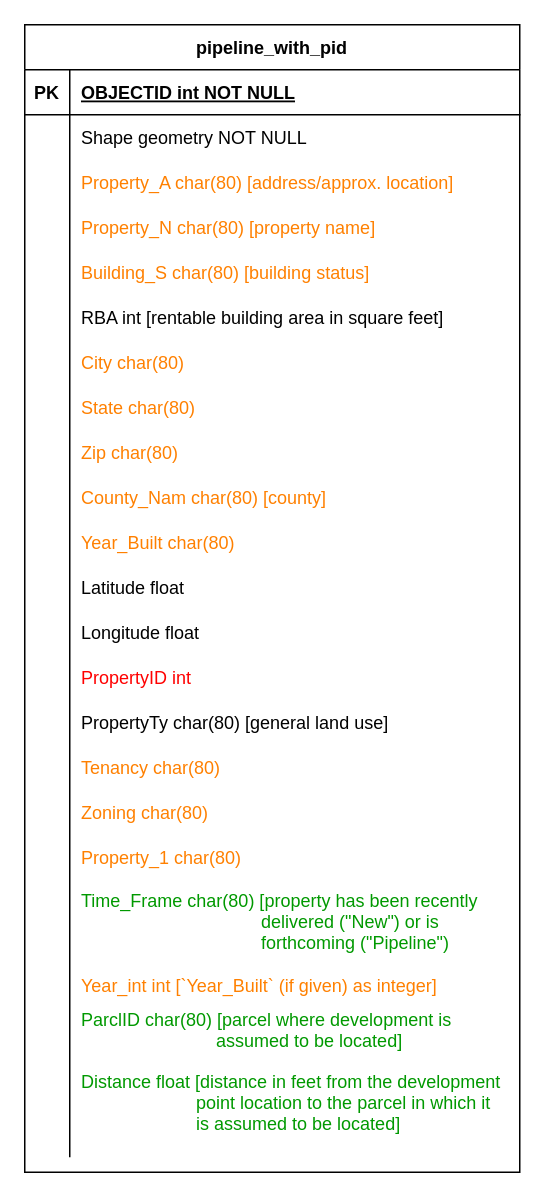
Above: page "pipeline_with_pid" (4 of 5) of Untitled Diagram.drawio in renaissanceplanning/LCBRT_TOD (draw.io), before the change. Source tidied: cells renumbered, new cells numbered last; positions are measured from the earlier drawing's top-left corner, leaving out a move shared by most shapes. Both pictures are drawn from the tidied source at 150%, with x=0, y=0 at pixel (24, 24).
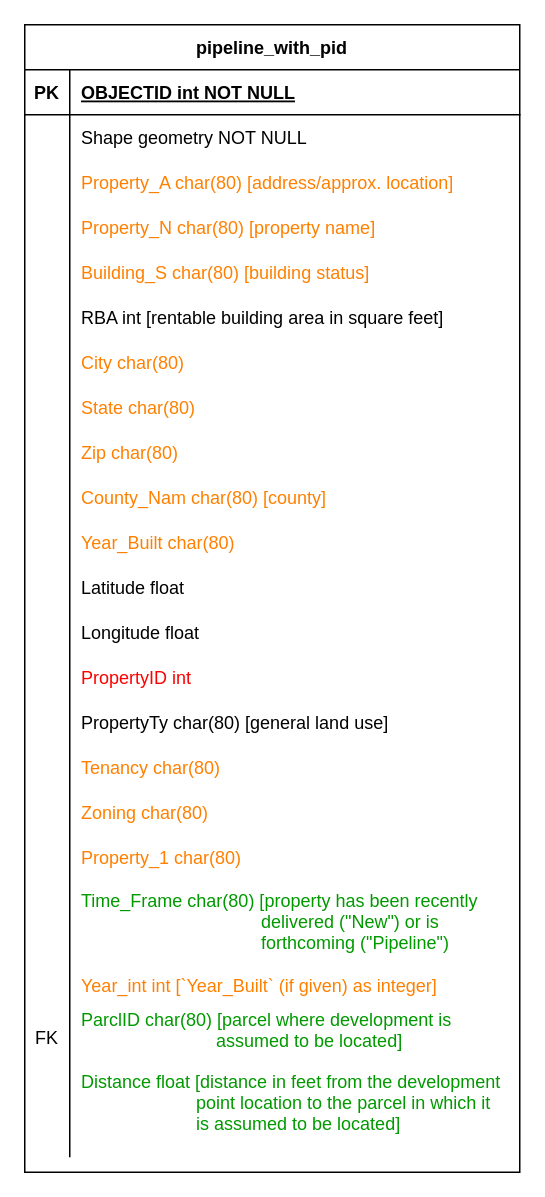
The same diagram, later.

Unchanged cells that the change refers to:
```xml
<mxCell id="63" style="shape=partialRectangle;fillColor=none;top=0;left=0;right=0;bottom=0;" parent="2" vertex="1">
  <mxGeometry y="655" width="330" height="40" as="geometry" />
</mxCell>
```

Diff of the diagram source:
```diff
@@
-    <mxCell id="64" style="shape=partialRectangle;overflow=hidden;fillColor=none;top=0;left=0;bottom=0;right=0;" parent="63" vertex="1">
+    <mxCell id="64" value="FK" style="shape=partialRectangle;overflow=hidden;fillColor=none;top=0;left=0;bottom=0;right=0;" parent="63" vertex="1">
       <mxGeometry width="30" height="40" as="geometry" />
     </mxCell>
```
